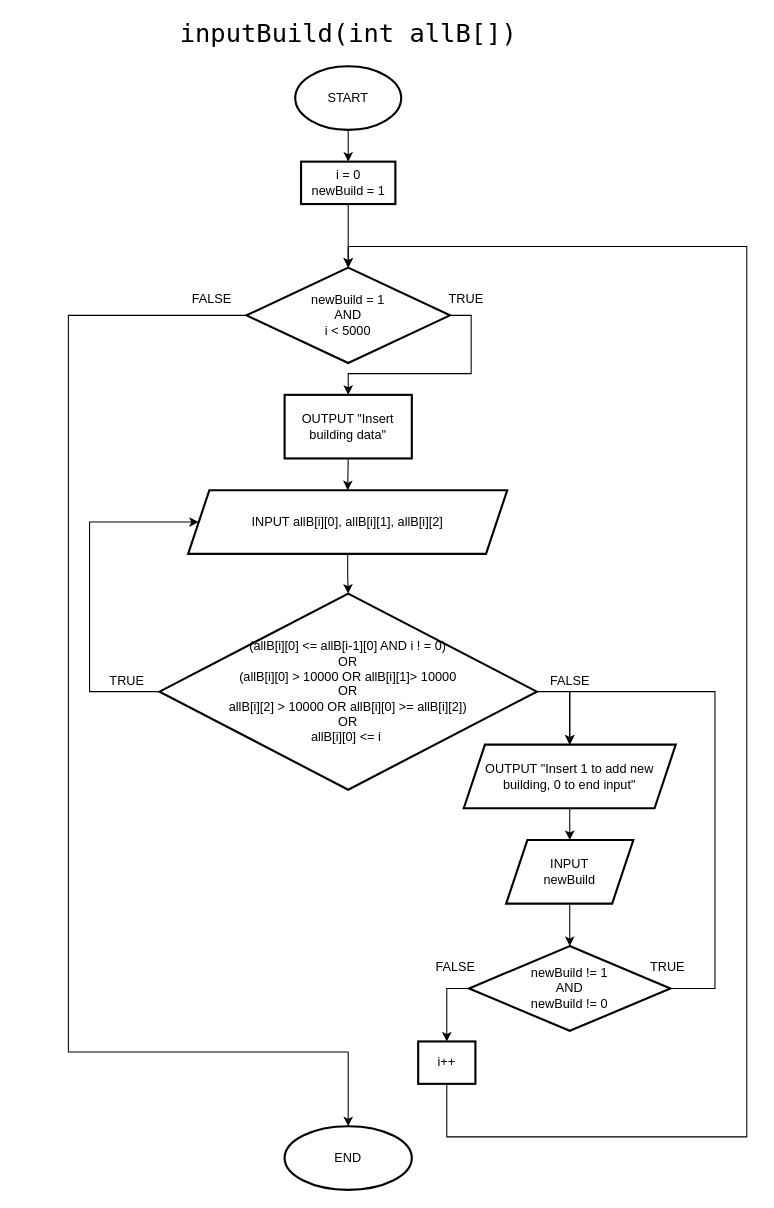
Rexrder/skyline keeps this draw.io diagram as page "inputBuild(int allB[])" (2 of 3) of Skyline.drawio. Above is the earlier version. Source tidied: cells renumbered, new cells numbered last; positions are measured from the earlier drawing's top-left corner, leaving out a move shared by most shapes. Both pictures are drawn from the tidied source at 106%, with x=0, y=0 at pixel (68, 18).
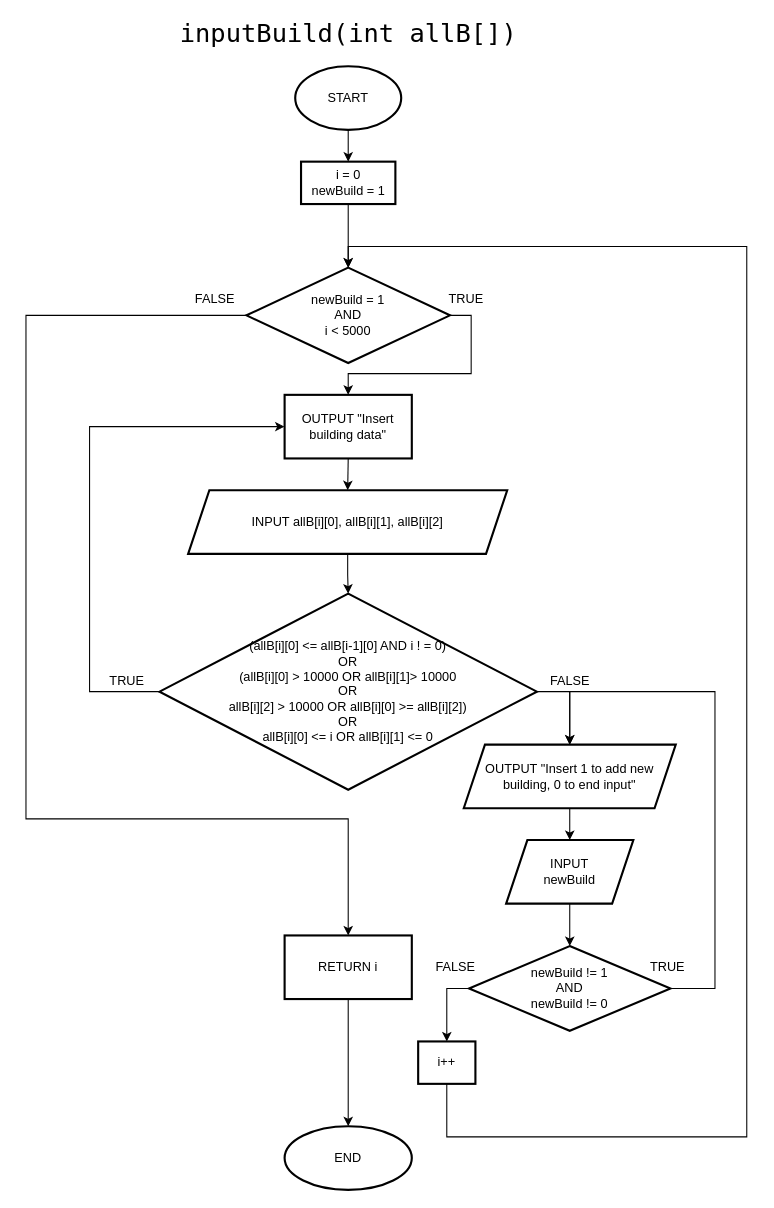
After the change.

The change refers to these unchanged cells:
```xml
<mxCell id="7" value="INPUT allB[i][0], allB[i][1], allB[i][2]" style="shape=parallelogram;perimeter=parallelogramPerimeter;whiteSpace=wrap;html=1;fixedSize=1;strokeWidth=2;" parent="1" vertex="1">
  <mxGeometry x="113" y="445" width="301" height="60" as="geometry" />
</mxCell>
<mxCell id="26" value="newBuild = 1&lt;br&gt;AND&lt;br&gt;i &amp;lt; 5000" style="rhombus;whiteSpace=wrap;html=1;strokeWidth=2;" parent="1" vertex="1">
  <mxGeometry x="168" y="235" width="192" height="90" as="geometry" />
</mxCell>
<mxCell id="29" value="END" style="ellipse;whiteSpace=wrap;html=1;strokeWidth=2;" parent="1" vertex="1">
  <mxGeometry x="204" y="1045" width="120" height="60" as="geometry" />
</mxCell>
<mxCell id="31" value="OUTPUT &quot;Insert building data&quot;" style="whiteSpace=wrap;html=1;strokeWidth=2;" parent="1" vertex="1">
  <mxGeometry x="204" y="355" width="120" height="60" as="geometry" />
</mxCell>
```

Diff of the diagram source:
```diff
@@
-    <mxCell id="8" style="edgeStyle=orthogonalEdgeStyle;rounded=0;jettySize=auto;html=1;exitX=0;exitY=0.5;exitDx=0;exitDy=0;entryX=0;entryY=0.5;entryDx=0;entryDy=0;" parent="1" edge="1" source="10" target="7">
+    <mxCell id="8" style="edgeStyle=orthogonalEdgeStyle;rounded=0;jettySize=auto;html=1;exitX=0;exitY=0.5;exitDx=0;exitDy=0;entryX=0;entryY=0.5;entryDx=0;entryDy=0;" parent="1" edge="1" source="10" target="31">
       <mxGeometry relative="1" as="geometry">
         <Array as="points">
           <mxPoint x="20" y="635" />
-          <mxPoint x="20" y="475" />
+          <mxPoint x="20" y="385" />
         </Array>
       </mxGeometry>
     </mxCell>
@@
-    <mxCell id="10" value="(allB[i][0] &amp;lt;= allB[i-1][0] AND i ! = 0)&lt;br&gt;OR&lt;br&gt;(allB[i][0] &amp;gt; 10000 OR allB[i][1]&amp;gt; 10000&lt;br&gt;OR&lt;br&gt;allB[i][2] &amp;gt; 10000 OR allB[i][0] &amp;gt;= allB[i][2])&lt;br&gt;OR&lt;br&gt;allB[i][0] &amp;lt;= i&amp;nbsp;" style="rhombus;whiteSpace=wrap;html=1;strokeWidth=2;" parent="1" vertex="1">
+    <mxCell id="10" value="(allB[i][0] &amp;lt;= allB[i-1][0] AND i ! = 0)&lt;br&gt;OR&lt;br&gt;(allB[i][0] &amp;gt; 10000 OR allB[i][1]&amp;gt; 10000&lt;br&gt;OR&lt;br&gt;allB[i][2] &amp;gt; 10000 OR allB[i][0] &amp;gt;= allB[i][2])&lt;br&gt;OR&lt;br&gt;allB[i][0] &amp;lt;= i OR allB[i][1] &amp;lt;= 0" style="rhombus;whiteSpace=wrap;html=1;strokeWidth=2;" parent="1" vertex="1">
       <mxGeometry x="86" y="542.5" width="356" height="185" as="geometry" />
     </mxCell>
@@
-    <mxCell id="24" style="edgeStyle=orthogonalEdgeStyle;rounded=0;jettySize=auto;html=1;entryX=0.5;entryY=0;entryDx=0;entryDy=0;" parent="1" edge="1" source="26" target="29">
-      <mxGeometry relative="1" as="geometry">
-        <Array as="points">
-          <mxPoint y="280" />
-          <mxPoint y="975" />
-          <mxPoint x="264" y="975" />
-        </Array>
-      </mxGeometry>
-    </mxCell>
@@
+    <mxCell id="33" style="edgeStyle=orthogonalEdgeStyle;rounded=0;jettySize=auto;html=1;" parent="1" edge="1" source="26" target="35">
+      <mxGeometry relative="1" as="geometry">
+        <Array as="points">
+          <mxPoint x="-40" y="280" />
+          <mxPoint x="-40" y="755" />
+          <mxPoint x="264" y="755" />
+        </Array>
+      </mxGeometry>
+    </mxCell>
@@
     <mxCell id="28" value="FALSE" style="text;html=1;align=center;verticalAlign=middle;fillColor=none;strokeColor=none;rounded=0;" parent="1" vertex="1">
-      <mxGeometry x="110" y="255" width="50" height="20" as="geometry" />
+      <mxGeometry x="113" y="255" width="50" height="20" as="geometry" />
     </mxCell>
@@
+    <mxCell id="34" style="edgeStyle=orthogonalEdgeStyle;rounded=0;jettySize=auto;html=1;" parent="1" edge="1" source="35" target="29">
+      <mxGeometry relative="1" as="geometry" />
+    </mxCell>
+    <mxCell id="35" value="RETURN i" style="whiteSpace=wrap;html=1;strokeWidth=2;" parent="1" vertex="1">
+      <mxGeometry x="204" y="865" width="120" height="60" as="geometry" />
+    </mxCell>
```
